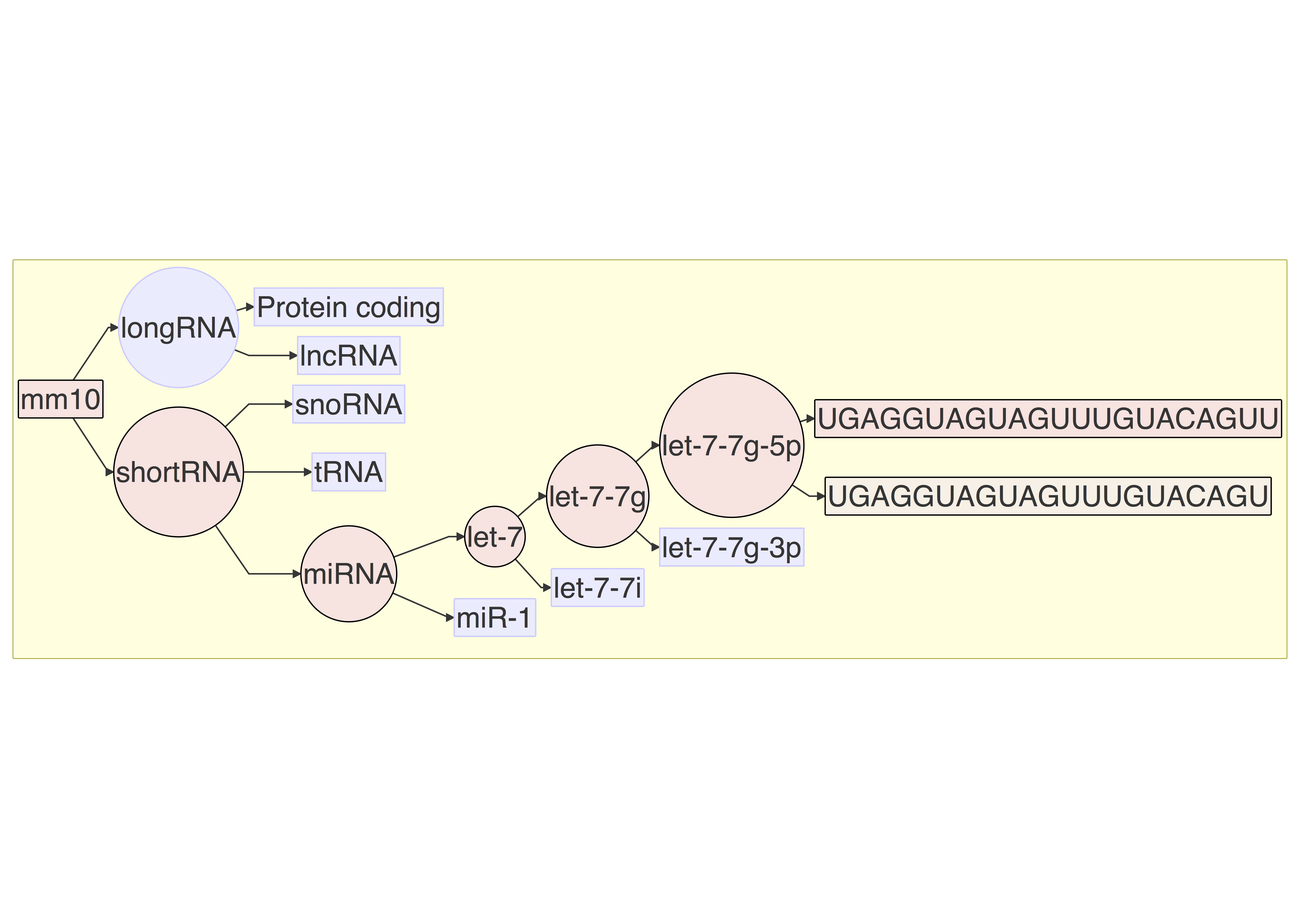
shortRNAhub/shortRNA keeps this Mermaid diagram as references/posterBC219/files/tree.png. Above is the earlier version. Its source is kept beside it as references/posterBC219/tree.mmd. Source of this version:
```mermaid
graph LR

subgraph
mm10(mm10)-->longRNA((longRNA))
longRNA-->pc[Protein coding]
longRNA-->lnc[lncRNA]
mm10-->sRNA((shortRNA))
sRNA-->snoRNA[snoRNA]
sRNA-->tRNA[tRNA]
sRNA-->miRNA((miRNA))
miRNA-->m1((let-7))
miRNA-->m1_2(miR-1)
m1-->m2((let-7-7g))
m1-->m3(let-7-7i)
m2-->m4((let-7-7g-5p))
m2-->m4_1[let-7-7g-3p]
m4-->seq(UGAGGUAGUAGUUUGUACAGUU)
m4-->seq1(UGAGGUAGUAGUUUGUACAGU)
end

style mm10 fill:MistyRose,stroke:black
style sRNA fill:MistyRose,stroke:black
style miRNA fill:MistyRose,stroke:black
style m1 fill:MistyRose,stroke:black
style m2 fill:MistyRose,stroke:black
style m4 fill:MistyRose,stroke:black
style seq fill:MistyRose,stroke:black
style seq1 fill:Linen,stroke:black
```
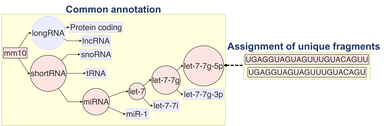
After the change.

What changed in the source:
```diff
@@ -14,6 +14,9 @@
 m1-->m3(let-7-7i)
 m2-->m4((let-7-7g-5p))
 m2-->m4_1[let-7-7g-3p]
+end
+
+subgraph
 m4-->seq(UGAGGUAGUAGUUUGUACAGUU)
 m4-->seq1(UGAGGUAGUAGUUUGUACAGU)
 end
```
